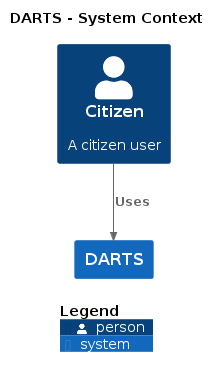
This is docs/c4/darts/images/structurizr-darts-context.png from hmcts/cnp-api-docs, a PlantUML export, as it was before one commit.
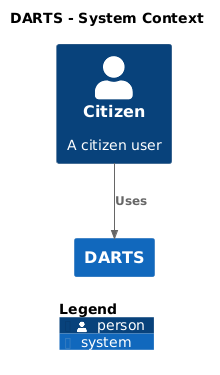
After the commit.

Diff of the diagram source:
```diff
@@ -10,7 +10,7 @@
 System(DARTS, "DARTS", $descr="", $tags="", $link="")
 Person(Citizen, "Citizen", $descr="A citizen user", $tags="", $link="")
 
-Rel_D(Citizen, DARTS, "Uses", $techn="", $tags="", $link="")
+Rel(Citizen, DARTS, "Uses", $techn="", $tags="", $link="")
 
 SHOW_DYNAMIC_LEGEND()
 @enduml
```
